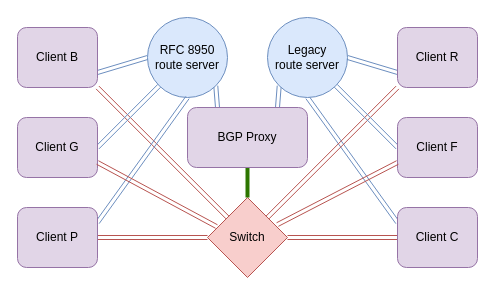
This is simple-proxy-with-translation.drawio from marenamat/ietf-draft-marenamat-grow-route-server-nh-translation, a draw.io file, before an edit. Source tidied: cells renumbered, new cells numbered last; positions are measured from the earlier drawing's top-left corner, leaving out a move shared by most shapes. Both pictures are drawn from the tidied source at 100%, with x=0, y=0 at pixel (17, 17).
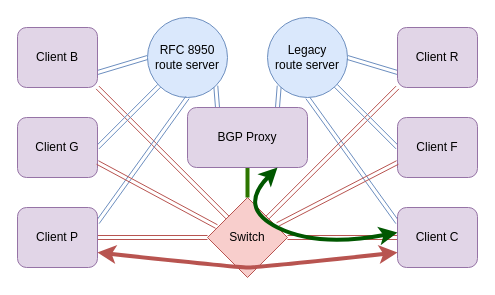
After the change.

Unchanged cells that the change refers to:
```xml
<mxCell id="10" value="BGP Proxy" style="rounded=1;whiteSpace=wrap;html=1;fillColor=#e1d5e7;strokeColor=#9673a6;" parent="1" vertex="1">
  <mxGeometry x="170" y="90" width="120" height="60" as="geometry" />
</mxCell>
```

What changed in the source:
```diff
@@
+    <mxCell id="27" style="curved=1;endArrow=classic;html=1;rounded=0;exitX=1;exitY=0.75;exitDx=0;exitDy=0;entryX=0;entryY=0.75;entryDx=0;entryDy=0;fillColor=#f8cecc;strokeColor=#b85450;strokeWidth=4;startArrow=classic;startFill=1;" parent="1" edge="1">
+      <mxGeometry relative="1" as="geometry">
+        <mxPoint x="80" y="235" as="sourcePoint" />
+        <mxPoint x="380" y="235" as="targetPoint" />
+        <Array as="points">
+          <mxPoint x="220" y="250" />
+          <mxPoint x="240" y="250" />
+        </Array>
+      </mxGeometry>
+    </mxCell>
+    <mxCell id="28" style="curved=1;endArrow=classic;html=1;rounded=0;exitX=0.75;exitY=1;exitDx=0;exitDy=0;entryX=0;entryY=0.75;entryDx=0;entryDy=0;fillColor=#008a00;strokeColor=#005700;strokeWidth=4;startArrow=classic;startFill=1;" parent="1" edge="1" source="10">
+      <mxGeometry relative="1" as="geometry">
+        <mxPoint x="380" y="215" as="targetPoint" />
+        <Array as="points">
+          <mxPoint x="220" y="190" />
+          <mxPoint x="300" y="230" />
+        </Array>
+      </mxGeometry>
+    </mxCell>
```
